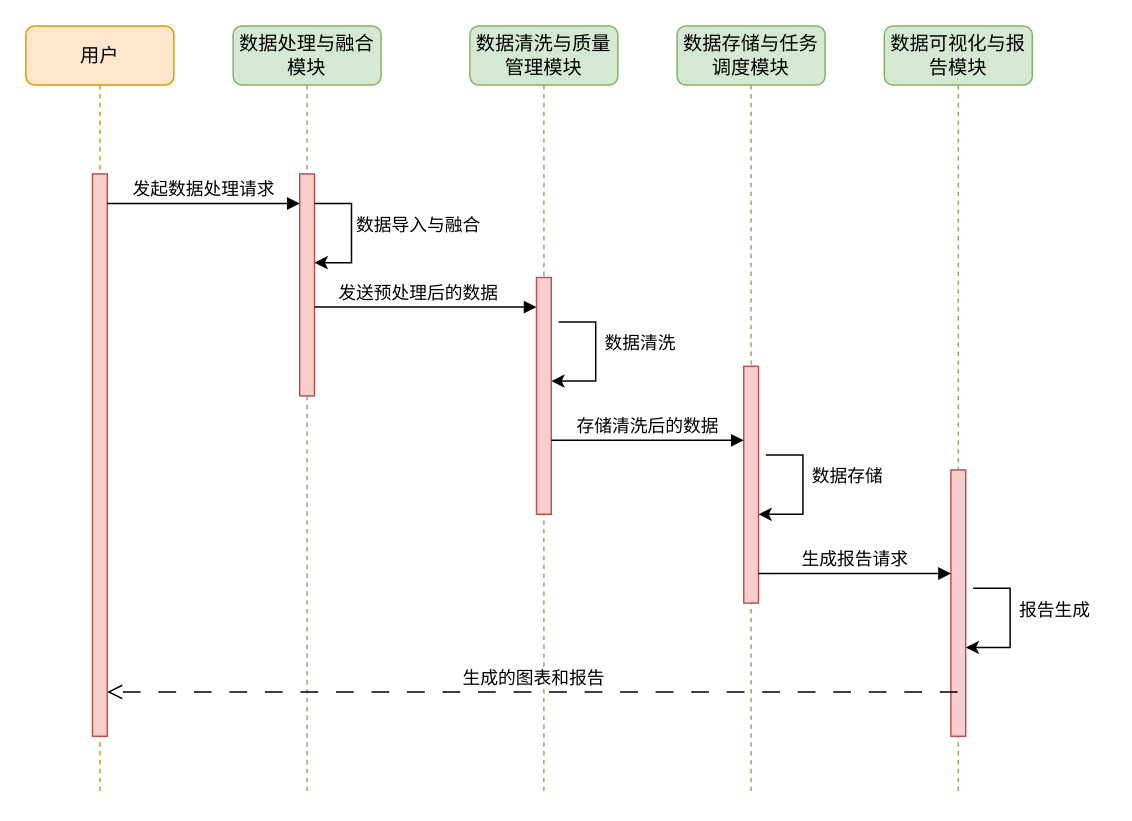
Earlier version of the draw.io diagram 无人机监控与查询模块的时序图.drawio (jiaojb/py-crawler). Source tidied: cells renumbered, new cells numbered last; positions are measured from the earlier drawing's top-left corner, leaving out a move shared by most shapes. Both pictures are drawn from the tidied source at 148%, with x=0, y=0 at pixel (25, 25).
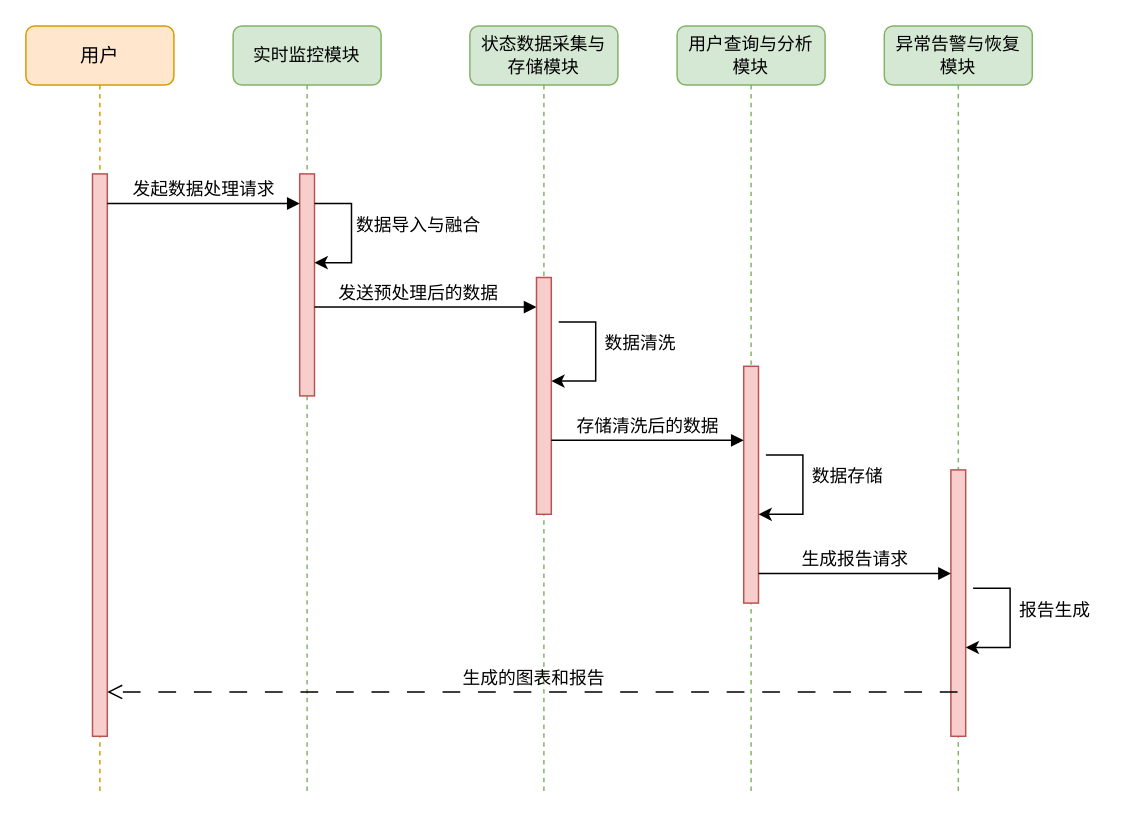
After the change.

Commit message (it also covers changes not shown here):
更新无人机监控与查询模块的时序图.drawio

The edit, as a diff of the source:
```diff
@@
-    <mxCell id="2" value="&lt;font face=&quot;Verdana&quot; style=&quot;font-size: 13px;&quot;&gt;数据处理与融合模块&lt;/font&gt;" style="shape=umlLifeline;perimeter=lifelinePerimeter;whiteSpace=wrap;html=1;rounded=1;shadow=0;comic=0;labelBackgroundColor=none;strokeWidth=1;fontFamily=Verdana;fontSize=12;align=center;fillColor=#d5e8d4;strokeColor=#82b366;" parent="1" vertex="1">
+    <mxCell id="2" value="实时监控模块" style="shape=umlLifeline;perimeter=lifelinePerimeter;whiteSpace=wrap;html=1;rounded=1;shadow=0;comic=0;labelBackgroundColor=none;strokeWidth=1;fontFamily=Verdana;fontSize=12;align=center;fillColor=#d5e8d4;strokeColor=#82b366;" parent="1" vertex="1">
       <mxGeometry x="140" width="100" height="520" as="geometry" />
     </mxCell>
@@
-    <mxCell id="6" value="&lt;font face=&quot;Verdana&quot; style=&quot;font-size: 13px;&quot;&gt;数据清洗与质量管理模块&lt;/font&gt;" style="shape=umlLifeline;perimeter=lifelinePerimeter;whiteSpace=wrap;html=1;rounded=1;shadow=0;comic=0;labelBackgroundColor=none;strokeWidth=1;fontFamily=Verdana;fontSize=12;align=center;fillColor=#d5e8d4;strokeColor=#82b366;" parent="1" vertex="1">
+    <mxCell id="6" value="状态数据采集与&lt;div&gt;存储模块&lt;/div&gt;" style="shape=umlLifeline;perimeter=lifelinePerimeter;whiteSpace=wrap;html=1;rounded=1;shadow=0;comic=0;labelBackgroundColor=none;strokeWidth=1;fontFamily=Verdana;fontSize=12;align=center;fillColor=#d5e8d4;strokeColor=#82b366;" parent="1" vertex="1">
       <mxGeometry x="300" width="100" height="520" as="geometry" />
     </mxCell>
@@
-    <mxCell id="9" value="&lt;font style=&quot;font-size: 13px;&quot; face=&quot;Verdana&quot;&gt;数据存储与任务调度模块&lt;/font&gt;" style="shape=umlLifeline;perimeter=lifelinePerimeter;whiteSpace=wrap;html=1;rounded=1;shadow=0;comic=0;labelBackgroundColor=none;strokeWidth=1;fontFamily=Verdana;fontSize=12;align=center;fillColor=#d5e8d4;strokeColor=#82b366;" parent="1" vertex="1">
+    <mxCell id="9" value="用户查询与分析&lt;div&gt;模块&lt;/div&gt;" style="shape=umlLifeline;perimeter=lifelinePerimeter;whiteSpace=wrap;html=1;rounded=1;shadow=0;comic=0;labelBackgroundColor=none;strokeWidth=1;fontFamily=Verdana;fontSize=12;align=center;fillColor=#d5e8d4;strokeColor=#82b366;" parent="1" vertex="1">
       <mxGeometry x="440" width="100" height="520" as="geometry" />
     </mxCell>
-    <mxCell id="10" value="&lt;font style=&quot;font-size: 13px;&quot; face=&quot;Verdana&quot;&gt;数据可视化与报告模块&lt;/font&gt;" style="shape=umlLifeline;perimeter=lifelinePerimeter;whiteSpace=wrap;html=1;outlineConnect=0;rounded=1;shadow=0;comic=0;labelBackgroundColor=none;strokeWidth=1;fontFamily=Verdana;fontSize=12;align=center;fillColor=#d5e8d4;strokeColor=#82b366;" parent="1" vertex="1">
+    <mxCell id="10" value="异常告警与恢复&lt;div&gt;模块&lt;/div&gt;" style="shape=umlLifeline;perimeter=lifelinePerimeter;whiteSpace=wrap;html=1;outlineConnect=0;rounded=1;shadow=0;comic=0;labelBackgroundColor=none;strokeWidth=1;fontFamily=Verdana;fontSize=12;align=center;fillColor=#d5e8d4;strokeColor=#82b366;" parent="1" vertex="1">
       <mxGeometry x="580" width="100" height="520" as="geometry" />
     </mxCell>
```
